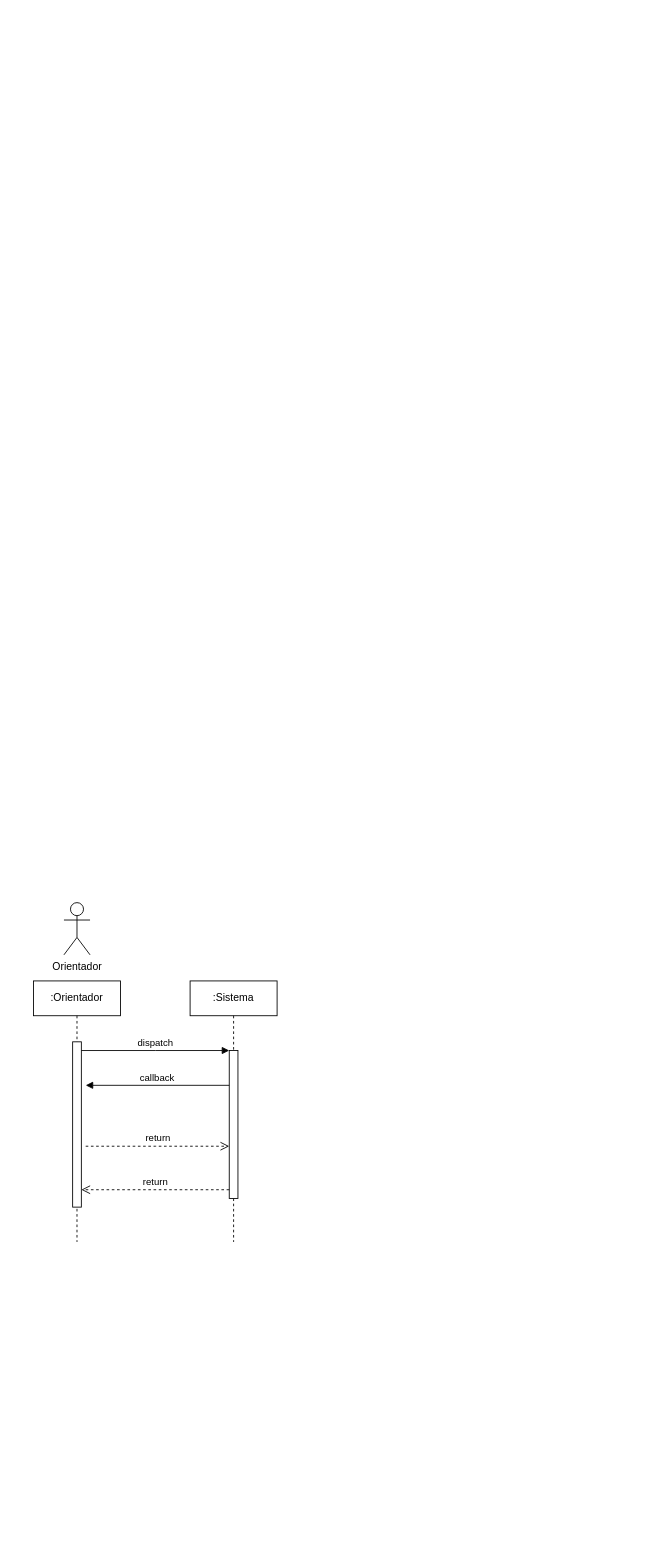
Before: docs/SSD.drawio in Sapientia-PT/thesisman, a draw.io diagram. Source tidied: cells renumbered, new cells numbered last; positions are measured from the earlier drawing's top-left corner, leaving out a move shared by most shapes. Both pictures are drawn from the tidied source at 87%, with x=0, y=0 at pixel (33, 902).
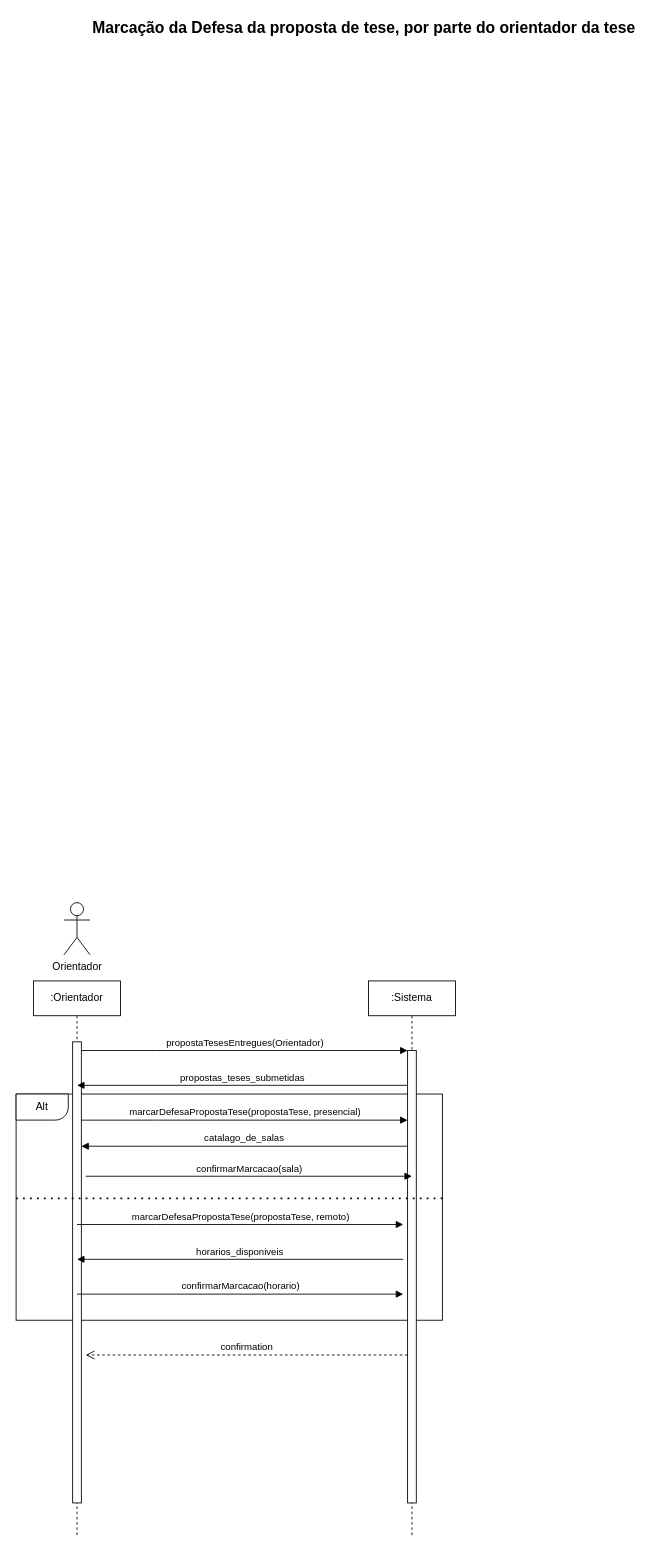
After the change.

Commit message:
possible solution for the SSD K

Diff of the diagram source:
```diff
@@
+    <mxCell id="11" style="rounded=0;whiteSpace=wrap;html=1;" parent="1" vertex="1">
+      <mxGeometry x="-20" y="220" width="490" height="260" as="geometry" />
+    </mxCell>
     <mxCell id="2" value=":Orientador" style="shape=umlLifeline;perimeter=lifelinePerimeter;whiteSpace=wrap;html=1;newEdgeStyle={&quot;edgeStyle&quot;:&quot;elbowEdgeStyle&quot;,&quot;elbow&quot;:&quot;vertical&quot;,&quot;curved&quot;:0,&quot;rounded&quot;:0};" parent="1" vertex="1">
-      <mxGeometry y="90" width="100" height="300" as="geometry" />
+      <mxGeometry y="90" width="100" height="640" as="geometry" />
     </mxCell>
     <mxCell id="3" style="html=1;points=[];perimeter=orthogonalPerimeter;outlineConnect=0;targetShapes=umlLifeline;portConstraint=eastwest;newEdgeStyle={&quot;edgeStyle&quot;:&quot;elbowEdgeStyle&quot;,&quot;elbow&quot;:&quot;vertical&quot;,&quot;curved&quot;:0,&quot;rounded&quot;:0};" parent="2" vertex="1">
-      <mxGeometry x="45" y="70" width="10" height="190" as="geometry" />
+      <mxGeometry x="45" y="70" width="10" height="530" as="geometry" />
     </mxCell>
     <mxCell id="4" value=":Sistema" style="shape=umlLifeline;perimeter=lifelinePerimeter;whiteSpace=wrap;html=1;newEdgeStyle={&quot;edgeStyle&quot;:&quot;elbowEdgeStyle&quot;,&quot;elbow&quot;:&quot;vertical&quot;,&quot;curved&quot;:0,&quot;rounded&quot;:0};" parent="1" vertex="1">
-      <mxGeometry x="180" y="90" width="100" height="300" as="geometry" />
+      <mxGeometry x="385" y="90" width="100" height="640" as="geometry" />
     </mxCell>
     <mxCell id="5" style="html=1;points=[];perimeter=orthogonalPerimeter;outlineConnect=0;targetShapes=umlLifeline;portConstraint=eastwest;newEdgeStyle={&quot;edgeStyle&quot;:&quot;elbowEdgeStyle&quot;,&quot;elbow&quot;:&quot;vertical&quot;,&quot;curved&quot;:0,&quot;rounded&quot;:0};" parent="4" vertex="1">
-      <mxGeometry x="45" y="80" width="10" height="170" as="geometry" />
+      <mxGeometry x="45" y="80" width="10" height="520" as="geometry" />
     </mxCell>
-    <mxCell id="6" value="dispatch" style="html=1;verticalAlign=bottom;endArrow=block;edgeStyle=elbowEdgeStyle;elbow=vertical;curved=0;rounded=0;" parent="1" edge="1" source="3" target="5">
+    <mxCell id="6" value="propostaTesesEntregues(Orientador)" style="html=1;verticalAlign=bottom;endArrow=block;edgeStyle=elbowEdgeStyle;elbow=horizontal;curved=0;rounded=0;" parent="1" edge="1" source="3" target="5">
       <mxGeometry relative="1" as="geometry">
         <Array as="points">
           <mxPoint x="140" y="170" />
         </Array>
       </mxGeometry>
     </mxCell>
-    <mxCell id="7" value="return" style="html=1;verticalAlign=bottom;endArrow=open;dashed=1;endSize=8;edgeStyle=elbowEdgeStyle;elbow=vertical;curved=0;rounded=0;" parent="1" edge="1" source="5" target="3">
+    <mxCell id="7" value="confirmation" style="html=1;verticalAlign=bottom;endArrow=open;dashed=1;endSize=8;edgeStyle=elbowEdgeStyle;elbow=vertical;curved=0;rounded=0;exitX=0;exitY=0.673;exitDx=0;exitDy=0;exitPerimeter=0;" parent="1" edge="1" source="5">
       <mxGeometry relative="1" as="geometry">
+        <mxPoint x="60" y="520" as="targetPoint" />
         <Array as="points">
-          <mxPoint x="150" y="330" />
+          <mxPoint x="145" y="520" />
         </Array>
       </mxGeometry>
     </mxCell>
-    <mxCell id="8" value="callback" style="html=1;verticalAlign=bottom;endArrow=block;edgeStyle=elbowEdgeStyle;elbow=vertical;curved=0;rounded=0;" parent="1" edge="1" source="5">
+    <mxCell id="8" value="propostas_teses_submetidas" style="html=1;verticalAlign=bottom;endArrow=block;edgeStyle=elbowEdgeStyle;elbow=vertical;curved=0;rounded=0;entryX=0.5;entryY=0.094;entryDx=0;entryDy=0;entryPerimeter=0;" parent="1" edge="1" source="5" target="3">
       <mxGeometry relative="1" as="geometry">
-        <mxPoint x="60" y="210" as="targetPoint" />
         <Array as="points">
           <mxPoint x="150" y="210" />
         </Array>
       </mxGeometry>
     </mxCell>
-    <mxCell id="9" value="return" style="html=1;verticalAlign=bottom;endArrow=open;dashed=1;endSize=8;edgeStyle=elbowEdgeStyle;elbow=vertical;curved=0;rounded=0;" parent="1" edge="1" target="5">
-      <mxGeometry relative="1" as="geometry">
-        <mxPoint x="60" y="280" as="sourcePoint" />
-        <Array as="points">
-          <mxPoint x="140" y="280" />
-        </Array>
-      </mxGeometry>
-    </mxCell>
@@
+    <mxCell id="12" value="&lt;font style=&quot;font-size: 18px;&quot;&gt;&lt;b&gt;&lt;font style=&quot;&quot;&gt;Marcação da Defesa da proposta de tese&lt;/font&gt;, por parte do orientador da tese&lt;/b&gt;&lt;/font&gt;" style="text;html=1;align=center;verticalAlign=middle;whiteSpace=wrap;rounded=0;" parent="1" vertex="1">
+      <mxGeometry x="60" y="-1020" width="640" height="30" as="geometry" />
+    </mxCell>
+    <mxCell id="13" value="marcarDefesaPropostaTese(propostaTese, presencial)" style="html=1;verticalAlign=bottom;endArrow=block;edgeStyle=elbowEdgeStyle;elbow=horizontal;curved=0;rounded=0;" parent="1" edge="1" source="3">
+      <mxGeometry relative="1" as="geometry">
+        <mxPoint x="430" y="250" as="targetPoint" />
+        <Array as="points">
+          <mxPoint x="145" y="250" />
+        </Array>
+      </mxGeometry>
+    </mxCell>
+    <mxCell id="14" value="catalago_de_salas" style="html=1;verticalAlign=bottom;endArrow=block;edgeStyle=elbowEdgeStyle;elbow=vertical;curved=0;rounded=0;" parent="1" edge="1">
+      <mxGeometry relative="1" as="geometry">
+        <mxPoint x="430" y="280" as="sourcePoint" />
+        <mxPoint x="55" y="280" as="targetPoint" />
+        <Array as="points">
+          <mxPoint x="140" y="280" />
+        </Array>
+      </mxGeometry>
+    </mxCell>
+    <mxCell id="15" value="confirmarMarcacao(sala)" style="html=1;verticalAlign=bottom;endArrow=block;edgeStyle=elbowEdgeStyle;elbow=horizontal;curved=0;rounded=0;" parent="1" edge="1">
+      <mxGeometry relative="1" as="geometry">
+        <mxPoint x="60" y="314.5" as="sourcePoint" />
+        <mxPoint x="435" y="314.5" as="targetPoint" />
+        <Array as="points">
+          <mxPoint x="150" y="314.5" />
+        </Array>
+      </mxGeometry>
+    </mxCell>
+    <mxCell id="16" style="verticalLabelPosition=bottom;verticalAlign=top;html=1;shape=mxgraph.basic.corner_round_rect;dx=15;whiteSpace=wrap;rotation=-180;" parent="1" vertex="1">
+      <mxGeometry x="-20" y="220" width="60" height="30" as="geometry" />
+    </mxCell>
+    <mxCell id="17" value="Alt" style="text;html=1;align=center;verticalAlign=middle;whiteSpace=wrap;rounded=0;" parent="1" vertex="1">
+      <mxGeometry x="-20" y="220" width="60" height="30" as="geometry" />
+    </mxCell>
+    <mxCell id="18" style="endArrow=none;dashed=1;html=1;dashPattern=1 3;strokeWidth=2;rounded=0;exitX=0;exitY=0.5;exitDx=0;exitDy=0;entryX=1;entryY=0.5;entryDx=0;entryDy=0;" parent="1" edge="1">
+      <mxGeometry relative="1" as="geometry">
+        <mxPoint x="-20" y="340" as="sourcePoint" />
+        <mxPoint x="470" y="340" as="targetPoint" />
+      </mxGeometry>
+    </mxCell>
+    <mxCell id="19" value="marcarDefesaPropostaTese(propostaTese, remoto)" style="html=1;verticalAlign=bottom;endArrow=block;edgeStyle=elbowEdgeStyle;elbow=horizontal;curved=0;rounded=0;" parent="1" edge="1">
+      <mxGeometry relative="1" as="geometry">
+        <mxPoint x="50" y="370" as="sourcePoint" />
+        <mxPoint x="425" y="370" as="targetPoint" />
+        <Array as="points">
+          <mxPoint x="140" y="370" />
+        </Array>
+      </mxGeometry>
+    </mxCell>
+    <mxCell id="20" value="horarios_disponiveis" style="html=1;verticalAlign=bottom;endArrow=block;edgeStyle=elbowEdgeStyle;elbow=vertical;curved=0;rounded=0;" parent="1" edge="1">
+      <mxGeometry relative="1" as="geometry">
+        <mxPoint x="425" y="410" as="sourcePoint" />
+        <mxPoint x="50" y="410" as="targetPoint" />
+        <Array as="points">
+          <mxPoint x="135" y="410" />
+        </Array>
+      </mxGeometry>
+    </mxCell>
+    <mxCell id="21" value="confirmarMarcacao(horario)" style="html=1;verticalAlign=bottom;endArrow=block;edgeStyle=elbowEdgeStyle;elbow=horizontal;curved=0;rounded=0;" parent="1" edge="1">
+      <mxGeometry relative="1" as="geometry">
+        <mxPoint x="50" y="450" as="sourcePoint" />
+        <mxPoint x="425" y="450" as="targetPoint" />
+        <Array as="points">
+          <mxPoint x="140" y="450" />
+        </Array>
+      </mxGeometry>
+    </mxCell>
```
